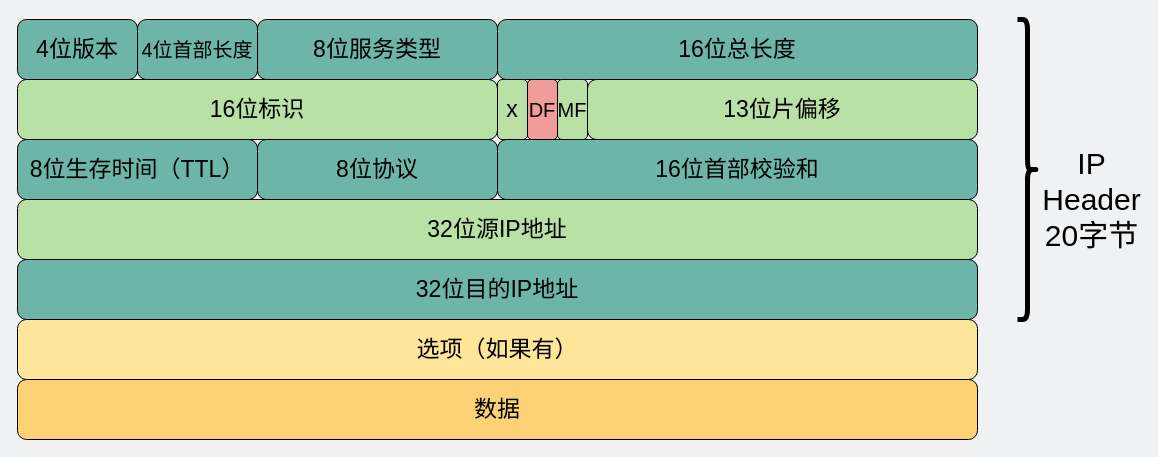
Earlier version of the draw.io diagram network/ip报头.drawio (xiaobaiTech/image). Source tidied: cells renumbered, new cells numbered last; positions are measured from the earlier drawing's top-left corner, leaving out a move shared by most shapes. Both pictures are drawn from the tidied source at 100%, with x=0, y=0 at pixel (17, 19).
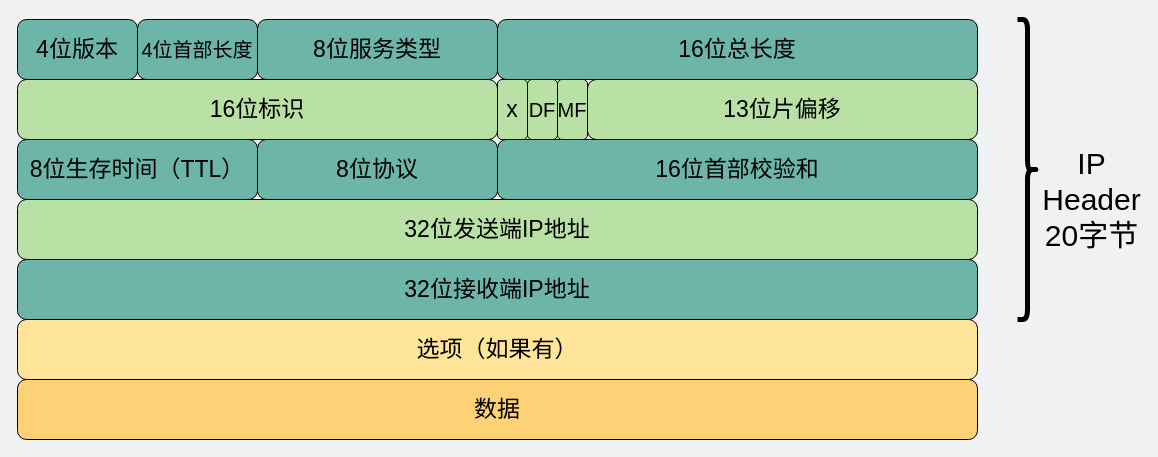
After the change.

The edit, as a diff of the source:
```diff
@@
 <mxGraphModel background="#EFF1F3">
   <root>
     <mxCell id="0" />
     <mxCell id="1" parent="0" />
     <mxCell id="2" value="&lt;font style=&quot;font-size: 23px;&quot;&gt;4位版本&lt;/font&gt;" style="rounded=1;whiteSpace=wrap;html=1;fontSize=23;fillColor=#6DB5A8;" parent="1" vertex="1">
       <mxGeometry width="120" height="60" as="geometry" />
     </mxCell>
     <mxCell id="3" value="&lt;font style=&quot;font-size: 20px&quot;&gt;4位首部长度&lt;/font&gt;" style="rounded=1;whiteSpace=wrap;html=1;fontSize=23;fillColor=#6DB5A8;" parent="1" vertex="1">
       <mxGeometry x="120" width="120" height="60" as="geometry" />
     </mxCell>
     <mxCell id="4" value="&lt;font style=&quot;font-size: 23px;&quot;&gt;8位服务类型&lt;/font&gt;" style="rounded=1;whiteSpace=wrap;html=1;fontSize=23;fillColor=#6DB5A8;" parent="1" vertex="1">
       <mxGeometry x="240" width="240" height="60" as="geometry" />
     </mxCell>
     <mxCell id="5" value="&lt;font style=&quot;font-size: 23px;&quot;&gt;16位总长度&lt;/font&gt;" style="rounded=1;whiteSpace=wrap;html=1;fontSize=23;fillColor=#6DB5A8;" parent="1" vertex="1">
       <mxGeometry x="480" width="480" height="60" as="geometry" />
     </mxCell>
     <mxCell id="6" value="&lt;font style=&quot;font-size: 23px;&quot;&gt;16位标识&lt;/font&gt;" style="rounded=1;whiteSpace=wrap;html=1;fontSize=23;fillColor=#B9E0A5;" parent="1" vertex="1">
       <mxGeometry y="60" width="480" height="60" as="geometry" />
     </mxCell>
     <mxCell id="7" value="&lt;font style=&quot;font-size: 23px;&quot;&gt;13位片偏移&lt;/font&gt;" style="rounded=1;whiteSpace=wrap;html=1;fontSize=23;fillColor=#B9E0A5;" parent="1" vertex="1">
       <mxGeometry x="570" y="60" width="390" height="60" as="geometry" />
     </mxCell>
     <mxCell id="8" value="x" style="rounded=1;whiteSpace=wrap;html=1;fontSize=23;fillColor=#B9E0A5;" parent="1" vertex="1">
       <mxGeometry x="480" y="60" width="30" height="60" as="geometry" />
     </mxCell>
     <mxCell id="9" value="&lt;font style=&quot;font-size: 23px;&quot;&gt;8位生存时间（TTL）&lt;/font&gt;" style="rounded=1;whiteSpace=wrap;html=1;fontSize=23;fillColor=#6DB5A8;" parent="1" vertex="1">
       <mxGeometry y="120" width="240" height="60" as="geometry" />
     </mxCell>
     <mxCell id="10" value="&lt;font style=&quot;font-size: 23px;&quot;&gt;8位协议&lt;/font&gt;" style="rounded=1;whiteSpace=wrap;html=1;fontSize=23;fillColor=#6DB5A8;" parent="1" vertex="1">
       <mxGeometry x="240" y="120" width="240" height="60" as="geometry" />
     </mxCell>
     <mxCell id="11" value="&lt;font style=&quot;font-size: 23px;&quot;&gt;16位首部校验和&lt;/font&gt;" style="rounded=1;whiteSpace=wrap;html=1;fontSize=23;fillColor=#6DB5A8;" parent="1" vertex="1">
       <mxGeometry x="480" y="120" width="480" height="60" as="geometry" />
     </mxCell>
-    <mxCell id="12" value="&lt;font style=&quot;font-size: 23px;&quot;&gt;32位源IP地址&lt;/font&gt;" style="rounded=1;whiteSpace=wrap;html=1;fontSize=23;fillColor=#B9E0A5;" parent="1" vertex="1">
+    <mxCell id="12" value="&lt;font style=&quot;font-size: 23px;&quot;&gt;32位发送端IP地址&lt;/font&gt;" style="rounded=1;whiteSpace=wrap;html=1;fontSize=23;fillColor=#B9E0A5;" parent="1" vertex="1">
       <mxGeometry y="180" width="960" height="60" as="geometry" />
     </mxCell>
-    <mxCell id="13" value="&lt;font style=&quot;font-size: 23px;&quot;&gt;32位目的IP地址&lt;/font&gt;" style="rounded=1;whiteSpace=wrap;html=1;fontSize=23;fillColor=#6DB5A8;" parent="1" vertex="1">
+    <mxCell id="13" value="&lt;font style=&quot;font-size: 23px;&quot;&gt;32位接收端IP地址&lt;/font&gt;" style="rounded=1;whiteSpace=wrap;html=1;fontSize=23;fillColor=#6DB5A8;" parent="1" vertex="1">
       <mxGeometry y="240" width="960" height="60" as="geometry" />
     </mxCell>
     <mxCell id="14" value="&lt;font style=&quot;font-size: 23px;&quot;&gt;选项（如果有）&lt;/font&gt;" style="rounded=1;whiteSpace=wrap;html=1;fontSize=23;fillColor=#FFE599;" parent="1" vertex="1">
       <mxGeometry y="300" width="960" height="60" as="geometry" />
     </mxCell>
     <mxCell id="15" value="&lt;font style=&quot;font-size: 23px;&quot;&gt;数据&lt;/font&gt;" style="rounded=1;whiteSpace=wrap;html=1;fontSize=23;fillColor=#FDD276;" parent="1" vertex="1">
       <mxGeometry y="360" width="960" height="60" as="geometry" />
     </mxCell>
     <mxCell id="16" style="shape=curlyBracket;whiteSpace=wrap;html=1;rounded=1;strokeColor=#000000;fillColor=#FDD276;gradientColor=none;fontSize=23;direction=west;strokeWidth=5;" parent="1" vertex="1">
       <mxGeometry x="1000" width="20" height="300" as="geometry" />
     </mxCell>
     <mxCell id="17" value="&lt;font style=&quot;font-size: 30px&quot;&gt;IP&lt;br&gt;Header&lt;br&gt;20字节&lt;br&gt;&lt;/font&gt;" style="text;html=1;strokeColor=none;fillColor=none;align=center;verticalAlign=middle;whiteSpace=wrap;rounded=0;fontSize=23;" parent="1" vertex="1">
       <mxGeometry x="1029" y="170" width="91" height="20" as="geometry" />
     </mxCell>
-    <mxCell id="18" value="&lt;font style=&quot;font-size: 20px&quot;&gt;DF&lt;/font&gt;" style="rounded=1;whiteSpace=wrap;html=1;fontSize=23;fillColor=#F19C99;" parent="1" vertex="1">
+    <mxCell id="18" value="&lt;font style=&quot;font-size: 20px&quot;&gt;DF&lt;/font&gt;" style="rounded=1;whiteSpace=wrap;html=1;fontSize=23;fillColor=#B9E0A5;" parent="1" vertex="1">
       <mxGeometry x="510" y="60" width="30" height="60" as="geometry" />
     </mxCell>
     <mxCell id="19" value="&lt;font style=&quot;font-size: 20px&quot;&gt;MF&lt;/font&gt;" style="rounded=1;whiteSpace=wrap;html=1;fontSize=23;fillColor=#B9E0A5;" parent="1" vertex="1">
       <mxGeometry x="540" y="60" width="30" height="60" as="geometry" />
     </mxCell>
   </root>
 </mxGraphModel>
```
